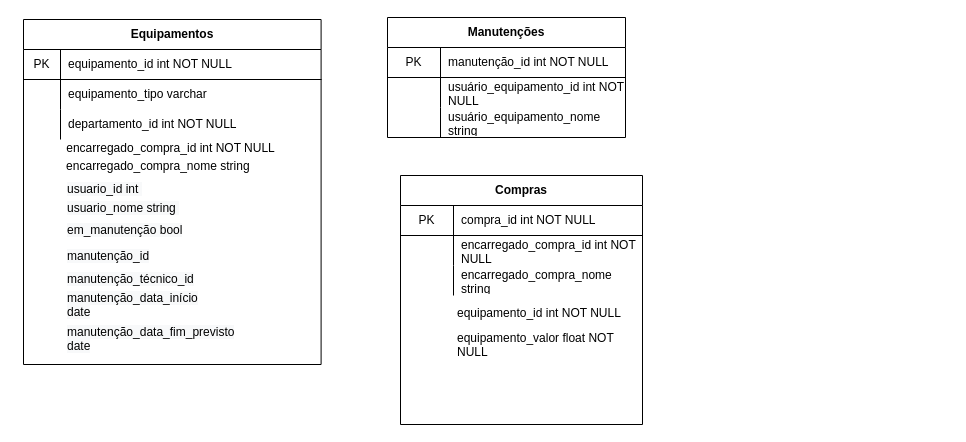
The draw.io diagram page "Page-2" (2 of 2) of Untitled Diagram.drawio in supersonicbru/VUE-IMC, before the edit. Source tidied: cells renumbered, new cells numbered last; positions are measured from the earlier drawing's top-left corner, leaving out a move shared by most shapes. Both pictures are drawn from the tidied source at 100%, with x=0, y=0 at pixel (23, 17).
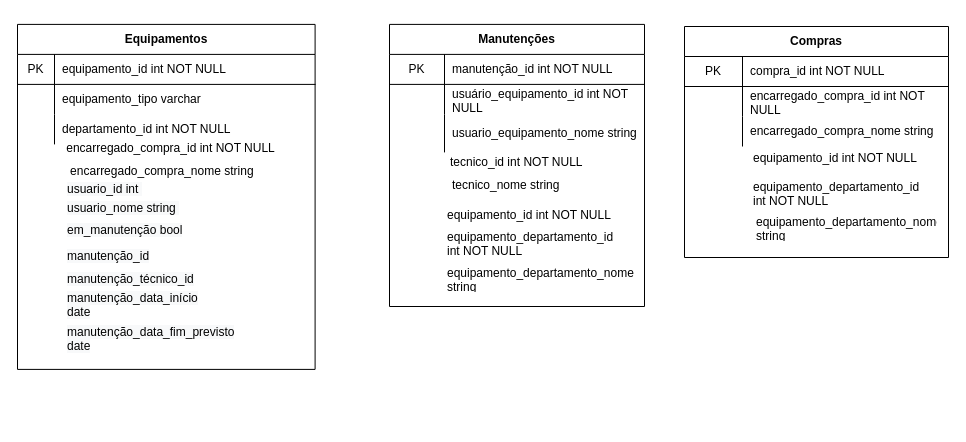
Above is the later version.

What changed in the source:
```diff
@@
     <mxCell id="2" value="Equipamentos" style="shape=table;html=1;whiteSpace=wrap;startSize=30;childLayout=tableLayout;rowLines=0;fontStyle=1;align=center;" parent="1" vertex="1">
-      <mxGeometry y="2" width="297.6" height="345" as="geometry" />
+      <mxGeometry x="-6" y="6.9" width="297.6" height="345" as="geometry" />
     </mxCell>
@@
     <mxCell id="12" value="Compras" style="shape=table;html=1;whiteSpace=wrap;startSize=30;childLayout=tableLayout;rowLines=0;fontStyle=1;align=center;" parent="1" vertex="1">
-      <mxGeometry x="377" y="158" width="242" height="249" as="geometry" />
+      <mxGeometry x="661" y="9" width="264" height="231" as="geometry" />
     </mxCell>
     <mxCell id="13" style="shape=partialRectangle;html=1;whiteSpace=wrap;fillColor=none;top=0;left=0;bottom=1;right=0;" parent="12" vertex="1">
-      <mxGeometry y="30" width="242" height="30" as="geometry" />
+      <mxGeometry y="30" width="264" height="30" as="geometry" />
     </mxCell>
     <mxCell id="14" value="PK" style="shape=partialRectangle;html=1;whiteSpace=wrap;fillColor=none;top=0;left=0;bottom=0;right=0;overflow=hidden;" parent="13" vertex="1">
-      <mxGeometry width="53" height="30" as="geometry" />
+      <mxGeometry width="58" height="30" as="geometry" />
     </mxCell>
     <mxCell id="15" value="compra_id int NOT NULL" style="shape=partialRectangle;html=1;whiteSpace=wrap;fillColor=none;top=0;left=0;bottom=0;right=0;align=left;spacingLeft=6;overflow=hidden;" parent="13" vertex="1">
-      <mxGeometry x="53" width="189" height="30" as="geometry" />
+      <mxGeometry x="58" width="206" height="30" as="geometry" />
     </mxCell>
     <mxCell id="16" style="shape=partialRectangle;html=1;whiteSpace=wrap;fillColor=none;top=0;left=0;bottom=0;right=0;" parent="12" vertex="1">
-      <mxGeometry y="60" width="242" height="30" as="geometry" />
+      <mxGeometry y="60" width="264" height="30" as="geometry" />
     </mxCell>
     <mxCell id="17" style="shape=partialRectangle;html=1;whiteSpace=wrap;fillColor=none;top=0;left=0;bottom=0;right=0;overflow=hidden;" parent="16" vertex="1">
-      <mxGeometry width="53" height="30" as="geometry" />
+      <mxGeometry width="58" height="30" as="geometry" />
     </mxCell>
     <mxCell id="18" value="encarregado_compra_id int NOT NULL" style="shape=partialRectangle;html=1;whiteSpace=wrap;fillColor=none;top=0;left=0;bottom=0;right=0;align=left;spacingLeft=6;overflow=hidden;" parent="16" vertex="1">
-      <mxGeometry x="53" width="189" height="30" as="geometry" />
+      <mxGeometry x="58" width="206" height="30" as="geometry" />
     </mxCell>
     <mxCell id="19" style="shape=partialRectangle;html=1;whiteSpace=wrap;fillColor=none;top=0;left=0;bottom=0;right=0;" parent="12" vertex="1">
-      <mxGeometry y="90" width="242" height="30" as="geometry" />
+      <mxGeometry y="90" width="264" height="30" as="geometry" />
     </mxCell>
     <mxCell id="20" style="shape=partialRectangle;html=1;whiteSpace=wrap;fillColor=none;top=0;left=0;bottom=0;right=0;overflow=hidden;" parent="19" vertex="1">
-      <mxGeometry width="53" height="30" as="geometry" />
+      <mxGeometry width="58" height="30" as="geometry" />
     </mxCell>
     <mxCell id="21" value="encarregado_compra_nome string&amp;nbsp;" style="shape=partialRectangle;html=1;whiteSpace=wrap;fillColor=none;top=0;left=0;bottom=0;right=0;align=left;spacingLeft=6;overflow=hidden;" parent="19" vertex="1">
-      <mxGeometry x="53" width="189" height="30" as="geometry" />
+      <mxGeometry x="58" width="206" height="30" as="geometry" />
     </mxCell>
     <mxCell id="22" value="Manutenções" style="shape=table;html=1;whiteSpace=wrap;startSize=30;childLayout=tableLayout;rowLines=0;fontStyle=1;align=center;" parent="1" vertex="1">
-      <mxGeometry x="364" width="238" height="120" as="geometry" />
+      <mxGeometry x="366" y="6.9" width="255" height="282.1" as="geometry" />
     </mxCell>
     <mxCell id="23" style="shape=partialRectangle;html=1;whiteSpace=wrap;fillColor=none;top=0;left=0;bottom=1;right=0;" parent="22" vertex="1">
-      <mxGeometry y="30" width="238" height="30" as="geometry" />
+      <mxGeometry y="30" width="255" height="30" as="geometry" />
     </mxCell>
     <mxCell id="24" value="PK" style="shape=partialRectangle;html=1;whiteSpace=wrap;fillColor=none;top=0;left=0;bottom=0;right=0;overflow=hidden;" parent="23" vertex="1">
-      <mxGeometry width="53" height="30" as="geometry" />
+      <mxGeometry width="55" height="30" as="geometry" />
     </mxCell>
     <mxCell id="25" value="manutenção_id int NOT NULL" style="shape=partialRectangle;html=1;whiteSpace=wrap;fillColor=none;top=0;left=0;bottom=0;right=0;align=left;spacingLeft=6;overflow=hidden;" parent="23" vertex="1">
-      <mxGeometry x="53" width="185" height="30" as="geometry" />
+      <mxGeometry x="55" width="200" height="30" as="geometry" />
     </mxCell>
     <mxCell id="26" style="shape=partialRectangle;html=1;whiteSpace=wrap;fillColor=none;top=0;left=0;bottom=0;right=0;" parent="22" vertex="1">
-      <mxGeometry y="60" width="238" height="30" as="geometry" />
+      <mxGeometry y="60" width="255" height="30" as="geometry" />
     </mxCell>
     <mxCell id="27" style="shape=partialRectangle;html=1;whiteSpace=wrap;fillColor=none;top=0;left=0;bottom=0;right=0;overflow=hidden;" parent="26" vertex="1">
-      <mxGeometry width="53" height="30" as="geometry" />
+      <mxGeometry width="55" height="30" as="geometry" />
     </mxCell>
     <mxCell id="28" value="usuário_equipamento_id int NOT NULL" style="shape=partialRectangle;html=1;whiteSpace=wrap;fillColor=none;top=0;left=0;bottom=0;right=0;align=left;spacingLeft=6;overflow=hidden;" parent="26" vertex="1">
-      <mxGeometry x="53" width="185" height="30" as="geometry" />
+      <mxGeometry x="55" width="200" height="30" as="geometry" />
     </mxCell>
     <mxCell id="29" style="shape=partialRectangle;html=1;whiteSpace=wrap;fillColor=none;top=0;left=0;bottom=0;right=0;" parent="22" vertex="1">
-      <mxGeometry y="90" width="238" height="30" as="geometry" />
+      <mxGeometry y="90" width="255" height="38" as="geometry" />
     </mxCell>
     <mxCell id="30" style="shape=partialRectangle;html=1;whiteSpace=wrap;fillColor=none;top=0;left=0;bottom=0;right=0;overflow=hidden;" parent="29" vertex="1">
-      <mxGeometry width="53" height="30" as="geometry" />
+      <mxGeometry width="55" height="38" as="geometry" />
     </mxCell>
-    <mxCell id="31" value="usuário_equipamento_nome string" style="shape=partialRectangle;html=1;whiteSpace=wrap;fillColor=none;top=0;left=0;bottom=0;right=0;align=left;spacingLeft=6;overflow=hidden;" parent="29" vertex="1">
-      <mxGeometry x="53" width="185" height="30" as="geometry" />
+    <mxCell id="31" value="usuario_equipamento_nome string" style="shape=partialRectangle;html=1;whiteSpace=wrap;fillColor=none;top=0;left=0;bottom=0;right=0;align=left;spacingLeft=6;overflow=hidden;" parent="29" vertex="1">
+      <mxGeometry x="55" width="200" height="38" as="geometry" />
     </mxCell>
@@
     <mxCell id="40" value="encarregado_compra_nome string&amp;nbsp;&lt;br&gt;" style="text;html=1;align=center;verticalAlign=middle;strokeColor=none;" parent="1" vertex="1">
-      <mxGeometry x="38" y="140" width="196" height="18" as="geometry" />
+      <mxGeometry x="42" y="145" width="196" height="18" as="geometry" />
     </mxCell>
-    <mxCell id="41" value="equipamento_id int NOT NULL" style="shape=partialRectangle;html=1;whiteSpace=wrap;fillColor=none;top=0;left=0;bottom=0;right=0;align=left;spacingLeft=6;overflow=hidden;" parent="1" vertex="1">
-      <mxGeometry x="426" y="281" width="189" height="30" as="geometry" />
-    </mxCell>
-    <mxCell id="42" value="equipamento_valor float NOT NULL" style="shape=partialRectangle;html=1;whiteSpace=wrap;fillColor=none;top=0;left=0;bottom=0;right=0;align=left;spacingLeft=6;overflow=hidden;" parent="1" vertex="1">
-      <mxGeometry x="426" y="311" width="189" height="30" as="geometry" />
-    </mxCell>
+    <mxCell id="43" value="tecnico_id int NOT NULL" style="shape=partialRectangle;html=1;whiteSpace=wrap;fillColor=none;top=0;left=0;bottom=0;right=0;align=left;spacingLeft=6;overflow=hidden;" parent="1" vertex="1">
+      <mxGeometry x="419" y="130.1" width="185" height="30" as="geometry" />
+    </mxCell>
+    <mxCell id="44" value="tecnico_nome string" style="shape=partialRectangle;html=1;whiteSpace=wrap;fillColor=none;top=0;left=0;bottom=0;right=0;align=left;spacingLeft=6;overflow=hidden;" parent="1" vertex="1">
+      <mxGeometry x="421" y="153" width="185" height="30" as="geometry" />
+    </mxCell>
+    <mxCell id="45" value="equipamento_id int NOT NULL" style="shape=partialRectangle;html=1;whiteSpace=wrap;fillColor=none;top=0;left=0;bottom=0;right=0;align=left;spacingLeft=6;overflow=hidden;" parent="1" vertex="1">
+      <mxGeometry x="416" y="183" width="185" height="30" as="geometry" />
+    </mxCell>
+    <mxCell id="46" value="equipamento_departamento_id int NOT NULL" style="shape=partialRectangle;html=1;whiteSpace=wrap;fillColor=none;top=0;left=0;bottom=0;right=0;align=left;spacingLeft=6;overflow=hidden;" parent="1" vertex="1">
+      <mxGeometry x="416" y="210" width="185" height="30" as="geometry" />
+    </mxCell>
+    <mxCell id="47" value="equipamento_departamento_nome string" style="shape=partialRectangle;html=1;whiteSpace=wrap;fillColor=none;top=0;left=0;bottom=0;right=0;align=left;spacingLeft=6;overflow=hidden;" parent="1" vertex="1">
+      <mxGeometry x="416" y="245.5" width="197" height="30" as="geometry" />
+    </mxCell>
+    <mxCell id="48" value="equipamento_id int NOT NULL" style="shape=partialRectangle;html=1;whiteSpace=wrap;fillColor=none;top=0;left=0;bottom=0;right=0;align=left;spacingLeft=6;overflow=hidden;" parent="1" vertex="1">
+      <mxGeometry x="722" y="126" width="189" height="30" as="geometry" />
+    </mxCell>
+    <mxCell id="49" value="equipamento_departamento_id int NOT NULL" style="shape=partialRectangle;html=1;whiteSpace=wrap;fillColor=none;top=0;left=0;bottom=0;right=0;align=left;spacingLeft=6;overflow=hidden;" parent="1" vertex="1">
+      <mxGeometry x="722" y="160.1" width="189" height="30" as="geometry" />
+    </mxCell>
+    <mxCell id="50" value="equipamento_departamento_nome string" style="shape=partialRectangle;html=1;whiteSpace=wrap;fillColor=none;top=0;left=0;bottom=0;right=0;align=left;spacingLeft=6;overflow=hidden;" parent="1" vertex="1">
+      <mxGeometry x="725" y="195" width="189" height="30" as="geometry" />
+    </mxCell>
```
